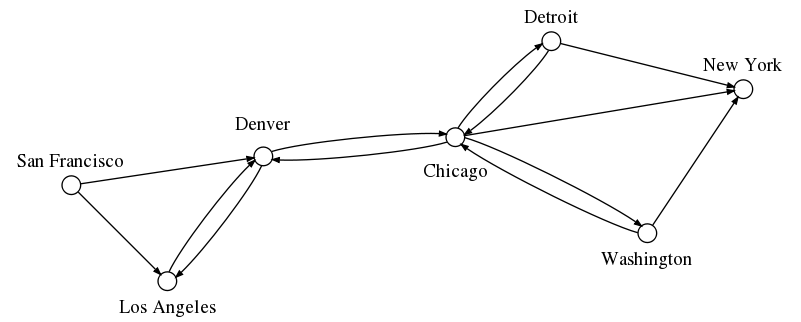
This is chuong8/hinh4.png from vietlq/graph-tuts, a Graphviz export, as it was before one commit. Its source is kept beside it as chuong8/hinh4.dot. Source of this version:
```dot
/* Trang 537 */
/* Hinh 4 */

digraph G {
    node [shape=plaintext,width=.1,height=.1,fixedsize=false,fillcolor="black"];
    "San Francisco" [pos="0,.2!", labelloc="t"];
    "Los Angeles" [pos="1,-1.2!", labelloc="b"];
    "Denver" [pos="2,0.7!", labelloc="b"];
    "Chicago" [pos="4,0.1!", labelloc="t"];
    "Detroit" [pos="5,1.7!", labelloc="t"];
    "Washington" [pos="6,-.7!", labelloc="b"];
    "New York" [pos="7,1.2!", labelloc="t"];

    node [shape=circle,width=.2,height=.2,fixedsize=true,fillcolor="black",fontsize="1"];

    edge [arrowsize=0.5];

    "San Francisco__" [pos="0,0!", labelloc="t", fontcolor="white"];
    "Los Angeles__" [pos="1,-1!", labelloc="b", fontcolor="white"];
    "Denver__" [pos="2,0.3!", labelloc="b", fontcolor="white"];
    "Chicago__" [pos="4,0.5!", labelloc="t", fontcolor="white"];
    "Detroit__" [pos="5,1.5!", labelloc="t", fontcolor="white"];
    "Washington__" [pos="6,-.5!", labelloc="b", fontcolor="white"];
    "New York__" [pos="7,1!", labelloc="t", fontcolor="white"];

    "San Francisco__" -> "Los Angeles__";
    "San Francisco__" -> "Denver__";

    "Los Angeles__" -> "Denver__" -> "Los Angeles__";

    "Denver__" -> "Chicago__" -> "Denver__";

    "Chicago__" -> "Detroit__" -> "Chicago__";
    "Chicago__" -> "New York__";
    "Chicago__" -> "Washington__" -> "Chicago__";

    "Detroit__" -> "New York__";

    "Washington__" -> "New York__";
}
```
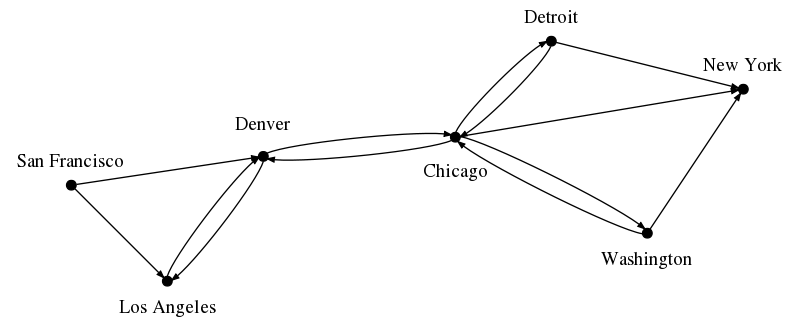
After the change.

What changed in the source:
```diff
@@ -11,7 +11,7 @@
     "Washington" [pos="6,-.7!", labelloc="b"];
     "New York" [pos="7,1.2!", labelloc="t"];
 
-    node [shape=circle,width=.2,height=.2,fixedsize=true,fillcolor="black",fontsize="1"];
+    node [shape=point,width=.1,height=.1,fixedsize=true,fillcolor="black",fontsize="1"];
 
     edge [arrowsize=0.5];
 
```
